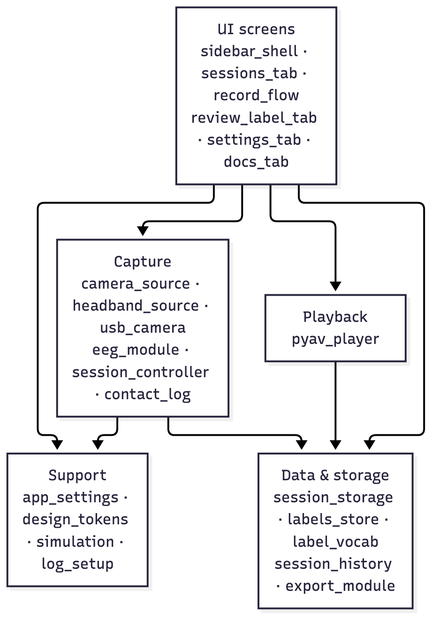
Above: docs/diagrams/component.png in mohammadabdullahkhurram/Brain-Battle-Phase-3 (Mermaid), before the change. Its source is kept beside it as docs/diagrams/component.mmd.
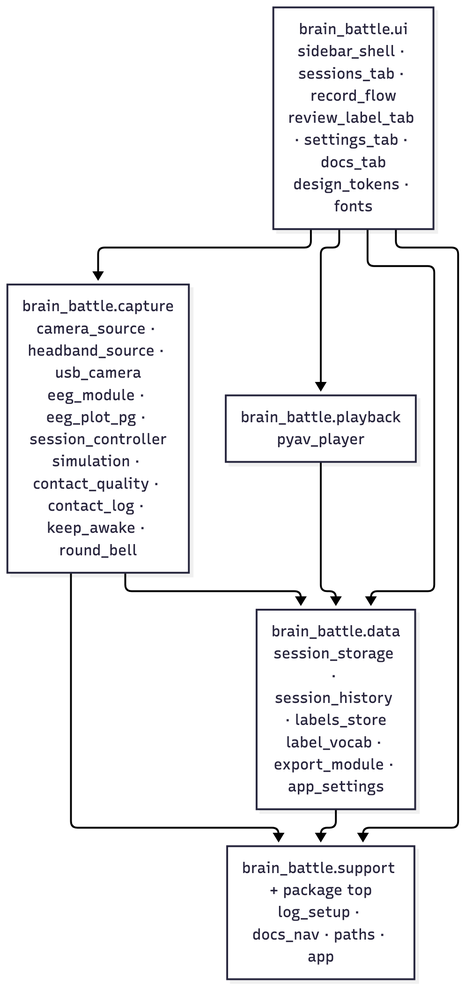
Later version of the same file.

Change to the diagram source:
```diff
@@ -1,10 +1,10 @@
 %%{init: {'themeVariables': {'fontSize': '16px'}}}%%
 flowchart TB
-    UIG["UI screens<br/>sidebar_shell · sessions_tab · record_flow<br/>review_label_tab · settings_tab · docs_tab"]
-    CAP["Capture<br/>camera_source · headband_source · usb_camera<br/>eeg_module · session_controller · contact_log"]
-    PLY["Playback<br/>pyav_player"]
-    DATA["Data &amp; storage<br/>session_storage · labels_store · label_vocab<br/>session_history · export_module"]
-    SUP["Support<br/>app_settings · design_tokens · simulation · log_setup"]
+    UIG["brain_battle.ui<br/>sidebar_shell · sessions_tab · record_flow<br/>review_label_tab · settings_tab · docs_tab<br/>design_tokens · fonts"]
+    CAP["brain_battle.capture<br/>camera_source · headband_source · usb_camera<br/>eeg_module · eeg_plot_pg · session_controller<br/>simulation · contact_quality · contact_log · keep_awake · round_bell"]
+    PLY["brain_battle.playback<br/>pyav_player"]
+    DATA["brain_battle.data<br/>session_storage · session_history · labels_store<br/>label_vocab · export_module · app_settings"]
+    SUP["brain_battle.support + package top<br/>log_setup · docs_nav · paths · app"]
 
     UIG --> CAP
     UIG --> PLY
@@ -13,3 +13,4 @@
     PLY --> DATA
     UIG --> SUP
     CAP --> SUP
+    DATA --> SUP
```
